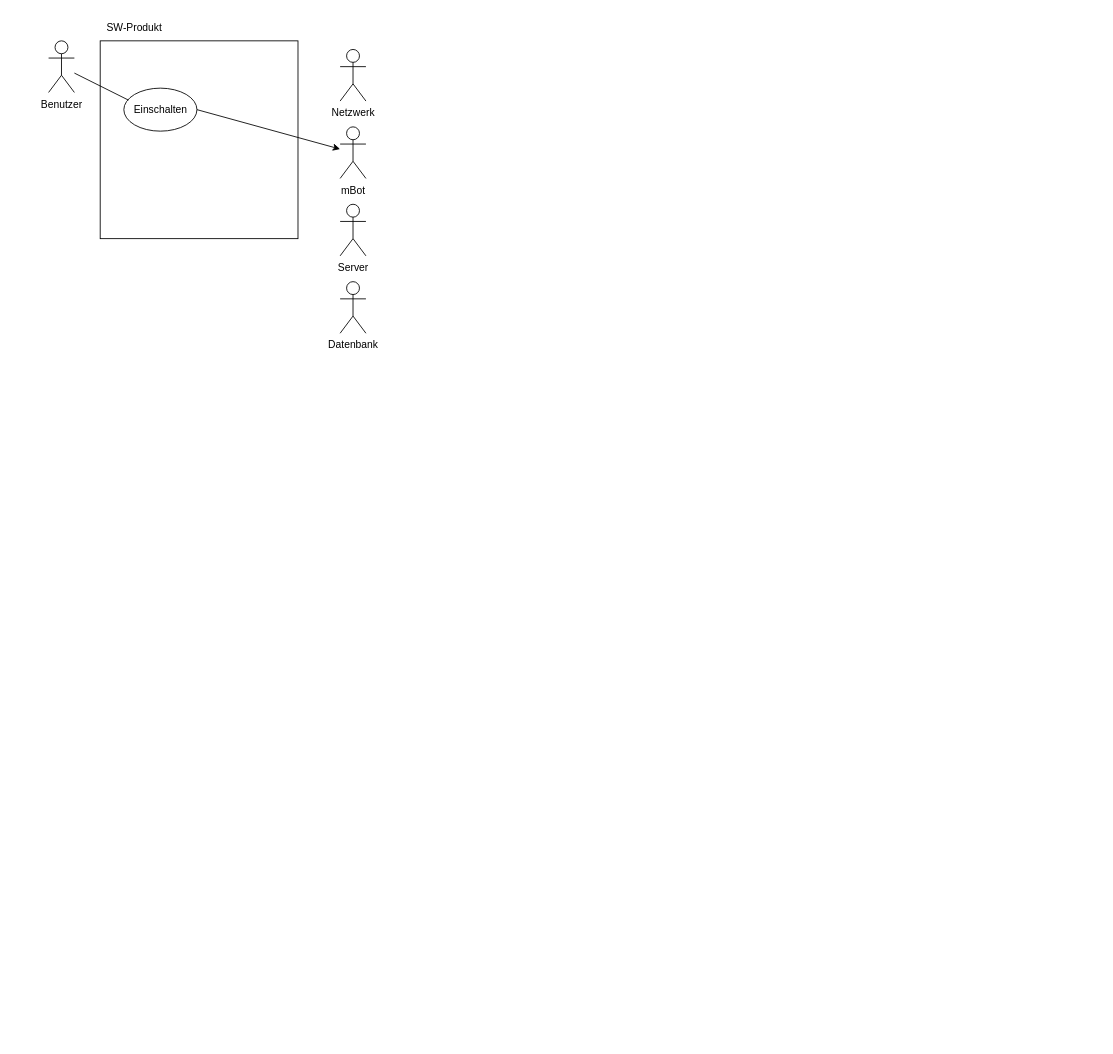
Above: Documents/Diagramme/UseCaseDiagramm.drawio in huthuthiddeli/SYP_PROJEKT_23-24_Maier (draw.io), before the change. Source tidied: cells renumbered, new cells numbered last; positions are measured from the earlier drawing's top-left corner, leaving out a move shared by most shapes. Both pictures are drawn from the tidied source at 86%, with x=0, y=0 at pixel (48, 15).
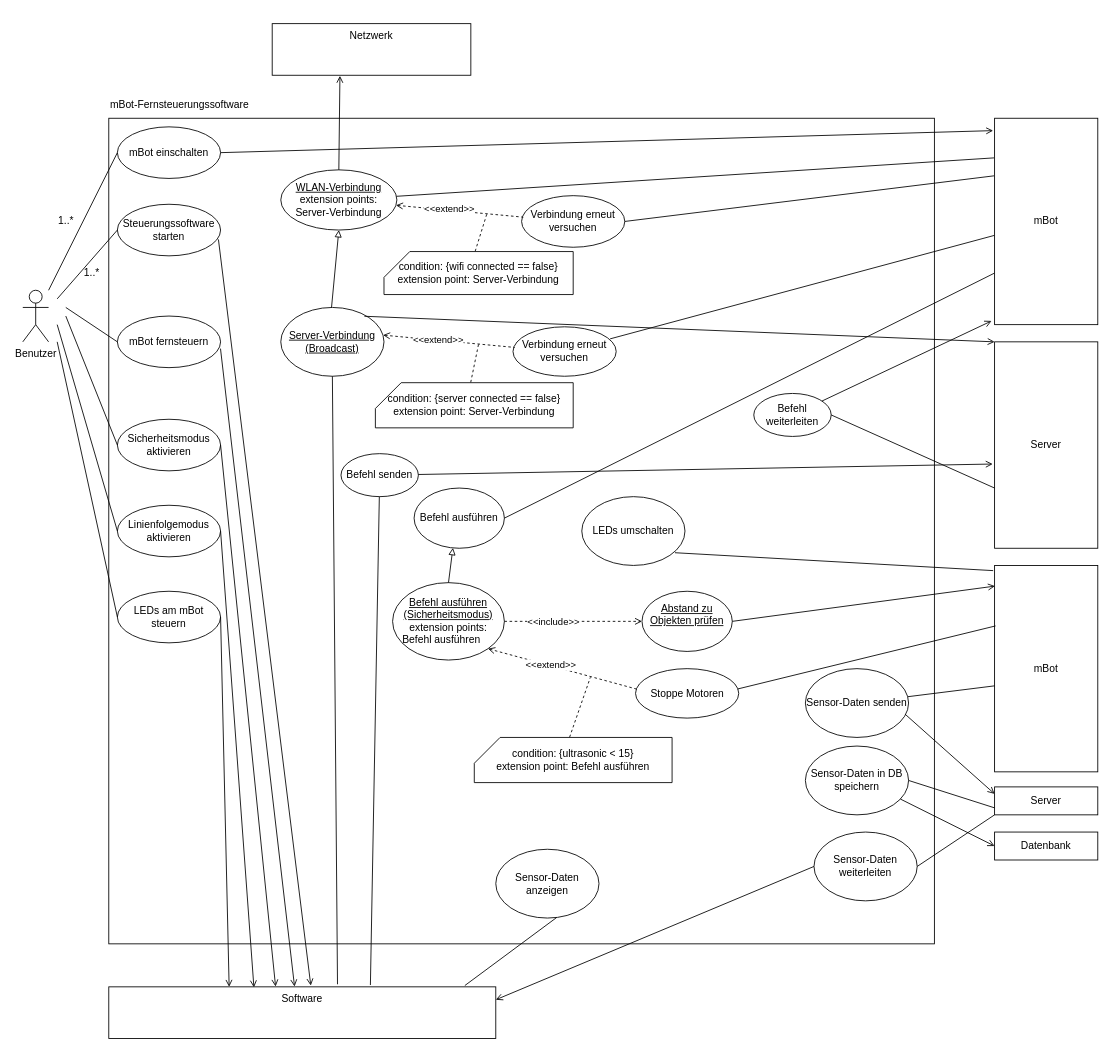
The same diagram, later.

Commit message (it also covers changes not shown here):
updated use case diagramm

What changed in the source:
```diff
@@
     <mxCell id="2" value="Benutzer" style="shape=umlActor;verticalLabelPosition=bottom;verticalAlign=top;html=1;outlineConnect=0;" parent="1" vertex="1">
-      <mxGeometry y="30" width="30" height="60" as="geometry" />
+      <mxGeometry x="-30" y="320" width="30" height="60" as="geometry" />
     </mxCell>
     <mxCell id="3" style="whiteSpace=wrap;html=1;" parent="1" vertex="1">
-      <mxGeometry x="60" y="30" width="230" height="230" as="geometry" />
+      <mxGeometry x="70" y="120" width="960" height="960" as="geometry" />
     </mxCell>
-    <mxCell id="4" value="SW-Produkt" style="text;html=1;strokeColor=none;fillColor=none;align=center;verticalAlign=middle;whiteSpace=wrap;rounded=0;" parent="1" vertex="1">
-      <mxGeometry x="65" width="70" height="30" as="geometry" />
+    <mxCell id="4" value="mBot-Fernsteuerungssoftware" style="text;html=1;strokeColor=none;fillColor=none;align=center;verticalAlign=middle;whiteSpace=wrap;rounded=0;" parent="1" vertex="1">
+      <mxGeometry x="70" y="90" width="165" height="30" as="geometry" />
     </mxCell>
-    <mxCell id="5" value="Einschalten" style="ellipse;whiteSpace=wrap;html=1;" parent="1" vertex="1">
-      <mxGeometry x="87.5" y="85" width="85" height="50" as="geometry" />
-    </mxCell>
-    <mxCell id="6" style="endArrow=none;html=1;rounded=0;entryX=0.063;entryY=0.278;entryDx=0;entryDy=0;entryPerimeter=0;" parent="1" edge="1" source="2" target="5">
-      <mxGeometry relative="1" as="geometry" />
-    </mxCell>
+    <mxCell id="12" value="mBot fernsteuern" style="ellipse;whiteSpace=wrap;html=1;" parent="1" vertex="1">
+      <mxGeometry x="80" y="350" width="120" height="60" as="geometry" />
+    </mxCell>
+    <mxCell id="13" value="Sicherheitsmodus aktivieren" style="ellipse;whiteSpace=wrap;html=1;" parent="1" vertex="1">
+      <mxGeometry x="80" y="470" width="120" height="60" as="geometry" />
+    </mxCell>
+    <mxCell id="14" value="Linienfolgemodus aktivieren" style="ellipse;whiteSpace=wrap;html=1;" parent="1" vertex="1">
+      <mxGeometry x="80" y="570" width="120" height="60" as="geometry" />
+    </mxCell>
+    <mxCell id="15" value="LEDs am mBot steuern" style="ellipse;whiteSpace=wrap;html=1;" parent="1" vertex="1">
+      <mxGeometry x="80" y="670" width="120" height="60" as="geometry" />
+    </mxCell>
+    <mxCell id="16" value="Steuerungssoftware starten" style="ellipse;whiteSpace=wrap;html=1;" parent="1" vertex="1">
+      <mxGeometry x="80" y="220" width="120" height="60" as="geometry" />
+    </mxCell>
+    <mxCell id="17" value="mBot einschalten" style="ellipse;whiteSpace=wrap;html=1;" parent="1" vertex="1">
+      <mxGeometry x="80" y="130" width="120" height="60" as="geometry" />
+    </mxCell>
+    <mxCell id="18" style="endArrow=none;html=1;rounded=0;entryX=0;entryY=0.5;entryDx=0;entryDy=0;" parent="1" edge="1" target="17">
+      <mxGeometry relative="1" as="geometry">
+        <mxPoint y="320" as="sourcePoint" />
+      </mxGeometry>
+    </mxCell>
+    <mxCell id="19" style="endArrow=none;html=1;rounded=0;entryX=0;entryY=0.5;entryDx=0;entryDy=0;" parent="1" edge="1" target="16">
+      <mxGeometry relative="1" as="geometry">
+        <mxPoint x="10" y="330" as="sourcePoint" />
+      </mxGeometry>
+    </mxCell>
+    <mxCell id="20" style="endArrow=none;html=1;rounded=0;entryX=0;entryY=0.5;entryDx=0;entryDy=0;" parent="1" edge="1" target="12">
+      <mxGeometry relative="1" as="geometry">
+        <mxPoint x="20" y="340" as="sourcePoint" />
+      </mxGeometry>
+    </mxCell>
+    <mxCell id="21" style="endArrow=none;html=1;rounded=0;entryX=0;entryY=0.5;entryDx=0;entryDy=0;" parent="1" edge="1" target="13">
+      <mxGeometry relative="1" as="geometry">
+        <mxPoint x="20" y="350" as="sourcePoint" />
+      </mxGeometry>
+    </mxCell>
+    <mxCell id="22" style="endArrow=none;html=1;rounded=0;entryX=0;entryY=0.5;entryDx=0;entryDy=0;" parent="1" edge="1" target="14">
+      <mxGeometry relative="1" as="geometry">
+        <mxPoint x="10" y="360" as="sourcePoint" />
+      </mxGeometry>
+    </mxCell>
+    <mxCell id="23" style="endArrow=none;html=1;rounded=0;entryX=0;entryY=0.5;entryDx=0;entryDy=0;" parent="1" edge="1" target="15">
+      <mxGeometry relative="1" as="geometry">
+        <mxPoint x="10" y="380" as="sourcePoint" />
+      </mxGeometry>
+    </mxCell>
+    <mxCell id="24" value="&lt;u&gt;WLAN-Verbindung&lt;br&gt;&lt;/u&gt;extension points:&lt;br&gt;Server-Verbindung" style="ellipse;whiteSpace=wrap;html=1;" parent="1" vertex="1">
+      <mxGeometry x="270" y="180" width="135" height="70" as="geometry" />
+    </mxCell>
+    <mxCell id="25" style="endArrow=open;html=1;rounded=0;startArrow=none;startFill=0;endFill=0;entryX=-0.014;entryY=0.06;entryDx=0;entryDy=0;entryPerimeter=0;" parent="1" edge="1" target="61">
+      <mxGeometry relative="1" as="geometry">
+        <mxPoint x="200" y="160" as="sourcePoint" />
+      </mxGeometry>
+    </mxCell>
+    <mxCell id="26" value="Verbindung erneut versuchen" style="ellipse;whiteSpace=wrap;html=1;" parent="1" vertex="1">
+      <mxGeometry x="550" y="210" width="120" height="60" as="geometry" />
+    </mxCell>
+    <mxCell id="27" style="endArrow=none;html=1;rounded=0;entryX=-0.006;entryY=0.192;entryDx=0;entryDy=0;entryPerimeter=0;" parent="1" edge="1" source="24" target="61">
+      <mxGeometry relative="1" as="geometry" />
+    </mxCell>
+    <mxCell id="28" style="endArrow=none;dashed=1;html=1;rounded=0;entryX=0.017;entryY=0.417;entryDx=0;entryDy=0;entryPerimeter=0;startArrow=open;startFill=0;" parent="1" edge="1" source="24" target="26">
+      <mxGeometry relative="1" as="geometry" />
+    </mxCell>
+    <mxCell id="29" value="&amp;lt;&amp;lt;extend&amp;gt;&amp;gt;" style="edgeLabel;html=1;align=center;verticalAlign=middle;" parent="28" vertex="1">
+      <mxGeometry x="-0.17" y="1" relative="1" as="geometry" />
+    </mxCell>
+    <mxCell id="30" style="endArrow=none;dashed=1;html=1;rounded=0;exitX=0.482;exitY=-0.007;exitDx=0;exitDy=0;exitPerimeter=0;" parent="1" edge="1" source="31">
+      <mxGeometry relative="1" as="geometry">
+        <mxPoint x="510" y="230" as="targetPoint" />
+      </mxGeometry>
+    </mxCell>
+    <mxCell id="31" value="condition: {wifi connected == false}&lt;br&gt;extension point: Server-Verbindung" style="shape=card;whiteSpace=wrap;html=1;" parent="1" vertex="1">
+      <mxGeometry x="390" y="275" width="220" height="50" as="geometry" />
+    </mxCell>
+    <mxCell id="32" value="&lt;u&gt;Server-Verbindung (Broadcast)&lt;/u&gt;" style="ellipse;whiteSpace=wrap;html=1;" parent="1" vertex="1">
+      <mxGeometry x="270" y="340" width="120" height="80" as="geometry" />
+    </mxCell>
+    <mxCell id="33" style="endArrow=block;html=1;rounded=0;entryX=0.5;entryY=1;entryDx=0;entryDy=0;endFill=0;" parent="1" edge="1" target="24">
+      <mxGeometry relative="1" as="geometry">
+        <mxPoint x="329" y="340" as="sourcePoint" />
+      </mxGeometry>
+    </mxCell>
+    <mxCell id="34" value="Verbindung erneut versuchen" style="ellipse;whiteSpace=wrap;html=1;" parent="1" vertex="1">
+      <mxGeometry x="540" y="362.5" width="120" height="57.5" as="geometry" />
+    </mxCell>
+    <mxCell id="35" style="endArrow=none;dashed=1;html=1;rounded=0;entryX=0.017;entryY=0.417;entryDx=0;entryDy=0;entryPerimeter=0;startArrow=open;startFill=0;exitX=0.991;exitY=0.402;exitDx=0;exitDy=0;exitPerimeter=0;" parent="1" edge="1" source="32" target="34">
+      <mxGeometry relative="1" as="geometry" />
+    </mxCell>
+    <mxCell id="36" value="&amp;lt;&amp;lt;extend&amp;gt;&amp;gt;" style="edgeLabel;html=1;align=center;verticalAlign=middle;" parent="35" vertex="1">
+      <mxGeometry x="-0.17" y="1" relative="1" as="geometry" />
+    </mxCell>
+    <mxCell id="37" style="endArrow=none;dashed=1;html=1;rounded=0;exitX=0.482;exitY=-0.007;exitDx=0;exitDy=0;exitPerimeter=0;" parent="1" edge="1" source="38">
+      <mxGeometry relative="1" as="geometry">
+        <mxPoint x="500" y="382.5" as="targetPoint" />
+      </mxGeometry>
+    </mxCell>
+    <mxCell id="38" value="condition: {server connected == false}&lt;br&gt;extension point: Server-Verbindung" style="shape=card;whiteSpace=wrap;html=1;" parent="1" vertex="1">
+      <mxGeometry x="380" y="427.5" width="230" height="52.5" as="geometry" />
+    </mxCell>
+    <mxCell id="39" style="endArrow=none;html=1;rounded=0;exitX=1;exitY=0.5;exitDx=0;exitDy=0;entryX=-0.006;entryY=0.279;entryDx=0;entryDy=0;entryPerimeter=0;" parent="1" edge="1" source="26" target="61">
+      <mxGeometry relative="1" as="geometry" />
+    </mxCell>
+    <mxCell id="40" style="endArrow=none;html=1;rounded=0;exitX=0.941;exitY=0.244;exitDx=0;exitDy=0;exitPerimeter=0;" parent="1" edge="1" source="34" target="61">
+      <mxGeometry relative="1" as="geometry" />
+    </mxCell>
+    <mxCell id="41" style="endArrow=open;html=1;rounded=0;exitX=0.5;exitY=0;exitDx=0;exitDy=0;entryX=0.341;entryY=1.011;entryDx=0;entryDy=0;entryPerimeter=0;endFill=0;" parent="1" edge="1" source="24" target="7">
+      <mxGeometry relative="1" as="geometry" />
+    </mxCell>
+    <mxCell id="42" style="endArrow=open;html=1;rounded=0;endFill=0;entryX=0;entryY=0;entryDx=0;entryDy=0;exitX=0.81;exitY=0.128;exitDx=0;exitDy=0;exitPerimeter=0;" parent="1" edge="1" source="32" target="62">
+      <mxGeometry relative="1" as="geometry" />
+    </mxCell>
+    <mxCell id="43" style="endArrow=open;html=1;rounded=0;endFill=0;exitX=1;exitY=0.5;exitDx=0;exitDy=0;entryX=0.431;entryY=-0.006;entryDx=0;entryDy=0;entryPerimeter=0;" parent="1" edge="1" source="13" target="60">
+      <mxGeometry relative="1" as="geometry" />
+    </mxCell>
+    <mxCell id="44" style="endArrow=none;html=1;rounded=0;entryX=0.5;entryY=1;entryDx=0;entryDy=0;exitX=0.591;exitY=-0.05;exitDx=0;exitDy=0;exitPerimeter=0;" parent="1" edge="1" source="60" target="32">
+      <mxGeometry relative="1" as="geometry" />
+    </mxCell>
+    <mxCell id="45" value="Befehl senden" style="ellipse;whiteSpace=wrap;html=1;" parent="1" vertex="1">
+      <mxGeometry x="340" y="510" width="90" height="50" as="geometry" />
+    </mxCell>
+    <mxCell id="46" style="endArrow=open;html=1;rounded=0;endFill=0;exitX=0.979;exitY=0.682;exitDx=0;exitDy=0;exitPerimeter=0;entryX=0.522;entryY=-0.024;entryDx=0;entryDy=0;entryPerimeter=0;" parent="1" edge="1" source="16" target="60">
+      <mxGeometry relative="1" as="geometry" />
+    </mxCell>
+    <mxCell id="47" style="endArrow=none;html=1;rounded=0;endFill=0;exitX=0.676;exitY=-0.035;exitDx=0;exitDy=0;exitPerimeter=0;" parent="1" edge="1" source="60" target="45">
+      <mxGeometry relative="1" as="geometry" />
+    </mxCell>
+    <mxCell id="48" style="endArrow=open;html=1;rounded=0;endFill=0;entryX=-0.018;entryY=0.592;entryDx=0;entryDy=0;entryPerimeter=0;" parent="1" edge="1" source="45" target="62">
+      <mxGeometry relative="1" as="geometry" />
+    </mxCell>
+    <mxCell id="49" style="endArrow=open;html=1;rounded=0;endFill=0;exitX=0.999;exitY=0.631;exitDx=0;exitDy=0;exitPerimeter=0;entryX=0.48;entryY=-0.006;entryDx=0;entryDy=0;entryPerimeter=0;" parent="1" edge="1" source="12" target="60">
+      <mxGeometry relative="1" as="geometry" />
+    </mxCell>
+    <mxCell id="50" style="endArrow=open;html=1;rounded=0;endFill=0;exitX=1;exitY=0.5;exitDx=0;exitDy=0;entryX=0.375;entryY=0.011;entryDx=0;entryDy=0;entryPerimeter=0;" parent="1" edge="1" source="14" target="60">
+      <mxGeometry relative="1" as="geometry" />
+    </mxCell>
+    <mxCell id="51" style="endArrow=open;html=1;rounded=0;endFill=0;exitX=1;exitY=0.5;exitDx=0;exitDy=0;entryX=0.311;entryY=0;entryDx=0;entryDy=0;entryPerimeter=0;" parent="1" edge="1" source="15" target="60">
+      <mxGeometry relative="1" as="geometry" />
+    </mxCell>
+    <mxCell id="52" value="Befehl ausführen" style="ellipse;whiteSpace=wrap;html=1;" parent="1" vertex="1">
+      <mxGeometry x="425" y="550" width="105" height="70" as="geometry" />
+    </mxCell>
+    <mxCell id="53" value="&lt;u&gt;Befehl ausführen (Sicherheitsmodus)&lt;br&gt;&lt;/u&gt;extension points:&lt;br&gt;Befehl ausführen&lt;span style=&quot;white-space: pre;&quot;&gt;&#9;&lt;/span&gt;" style="ellipse;whiteSpace=wrap;html=1;" parent="1" vertex="1">
+      <mxGeometry x="400" y="660" width="130" height="90" as="geometry" />
+    </mxCell>
+    <mxCell id="54" value="&lt;u&gt;Abstand zu Objekten prüfen&lt;/u&gt;&lt;span style=&quot;white-space: pre;&quot;&gt;&#9;&lt;/span&gt;" style="ellipse;whiteSpace=wrap;html=1;" parent="1" vertex="1">
+      <mxGeometry x="690" y="670" width="105" height="70" as="geometry" />
+    </mxCell>
+    <mxCell id="55" style="endArrow=none;html=1;rounded=0;exitX=1;exitY=0.5;exitDx=0;exitDy=0;entryX=0;entryY=0.75;entryDx=0;entryDy=0;" parent="1" edge="1" source="52" target="61">
+      <mxGeometry relative="1" as="geometry" />
+    </mxCell>
+    <mxCell id="56" style="endArrow=block;html=1;rounded=0;entryX=0.43;entryY=0.994;entryDx=0;entryDy=0;entryPerimeter=0;endFill=0;exitX=0.5;exitY=0;exitDx=0;exitDy=0;" parent="1" edge="1" source="53" target="52">
+      <mxGeometry relative="1" as="geometry" />
+    </mxCell>
+    <mxCell id="57" style="endArrow=open;dashed=1;html=1;rounded=0;entryX=0;entryY=0.5;entryDx=0;entryDy=0;endFill=0;" parent="1" edge="1" source="53" target="54">
+      <mxGeometry relative="1" as="geometry" />
+    </mxCell>
+    <mxCell id="58" value="&amp;lt;&amp;lt;include&amp;gt;&amp;gt;" style="edgeLabel;html=1;align=center;verticalAlign=middle;" parent="57" vertex="1">
+      <mxGeometry x="-0.3" relative="1" as="geometry" />
+    </mxCell>
+    <mxCell id="59" style="endArrow=open;html=1;rounded=0;endFill=0;entryX=0.004;entryY=0.1;entryDx=0;entryDy=0;exitX=1;exitY=0.5;exitDx=0;exitDy=0;entryPerimeter=0;" parent="1" edge="1" source="54" target="66">
+      <mxGeometry relative="1" as="geometry" />
+    </mxCell>
+    <mxCell id="60" value="Software" style="whiteSpace=wrap;html=1;verticalAlign=top;" parent="1" vertex="1">
+      <mxGeometry x="70" y="1130" width="450" height="60" as="geometry" />
+    </mxCell>
-    <mxCell id="7" value="Netzwerk" style="shape=umlActor;verticalLabelPosition=bottom;verticalAlign=top;html=1;outlineConnect=0;" parent="1" vertex="1">
-      <mxGeometry x="339" y="40" width="30" height="60" as="geometry" />
+    <mxCell id="7" value="Netzwerk" style="whiteSpace=wrap;html=1;verticalAlign=top;" parent="1" vertex="1">
+      <mxGeometry x="260" y="10" width="231" height="60" as="geometry" />
     </mxCell>
-    <mxCell id="8" style="endArrow=classic;html=1;rounded=0;" parent="1" edge="1" target="9">
-      <mxGeometry relative="1" as="geometry">
-        <mxPoint x="172.5" y="110" as="sourcePoint" />
-      </mxGeometry>
-    </mxCell>
-    <mxCell id="9" value="mBot" style="shape=umlActor;verticalLabelPosition=bottom;verticalAlign=top;html=1;outlineConnect=0;" parent="1" vertex="1">
-      <mxGeometry x="339" y="130" width="30" height="60" as="geometry" />
-    </mxCell>
-    <mxCell id="10" value="Server" style="shape=umlActor;verticalLabelPosition=bottom;verticalAlign=top;html=1;" parent="1" vertex="1">
-      <mxGeometry x="339" y="220" width="30" height="60" as="geometry" />
-    </mxCell>
+    <mxCell id="61" value="mBot" style="rounded=0;whiteSpace=wrap;html=1;" parent="1" vertex="1">
+      <mxGeometry x="1100" y="120" width="120" height="240" as="geometry" />
+    </mxCell>
+    <mxCell id="62" value="Server" style="rounded=0;whiteSpace=wrap;html=1;" parent="1" vertex="1">
+      <mxGeometry x="1100" y="380" width="120" height="240" as="geometry" />
+    </mxCell>
+    <mxCell id="63" value="Befehl weiterleiten" style="ellipse;whiteSpace=wrap;html=1;" parent="1" vertex="1">
+      <mxGeometry x="820" y="440" width="90" height="50" as="geometry" />
+    </mxCell>
+    <mxCell id="64" style="endArrow=none;html=1;rounded=0;exitX=1;exitY=0.5;exitDx=0;exitDy=0;" parent="1" edge="1" source="63">
+      <mxGeometry relative="1" as="geometry">
+        <mxPoint x="1100" y="550" as="targetPoint" />
+      </mxGeometry>
+    </mxCell>
+    <mxCell id="65" style="endArrow=open;html=1;rounded=0;entryX=-0.029;entryY=0.982;entryDx=0;entryDy=0;entryPerimeter=0;endFill=0;" parent="1" edge="1" source="63" target="61">
+      <mxGeometry relative="1" as="geometry" />
+    </mxCell>
+    <mxCell id="66" value="mBot" style="rounded=0;whiteSpace=wrap;html=1;" parent="1" vertex="1">
+      <mxGeometry x="1100" y="640" width="120" height="240" as="geometry" />
+    </mxCell>
+    <mxCell id="67" value="Stoppe Motoren" style="ellipse;whiteSpace=wrap;html=1;" parent="1" vertex="1">
+      <mxGeometry x="682.5" y="760" width="120" height="57.5" as="geometry" />
+    </mxCell>
+    <mxCell id="68" style="endArrow=none;dashed=1;html=1;rounded=0;entryX=0.017;entryY=0.417;entryDx=0;entryDy=0;entryPerimeter=0;startArrow=open;startFill=0;exitX=1;exitY=1;exitDx=0;exitDy=0;" parent="1" edge="1" source="53" target="67">
+      <mxGeometry relative="1" as="geometry" />
+    </mxCell>
+    <mxCell id="69" value="&amp;lt;&amp;lt;extend&amp;gt;&amp;gt;" style="edgeLabel;html=1;align=center;verticalAlign=middle;" parent="68" vertex="1">
+      <mxGeometry x="-0.17" y="1" relative="1" as="geometry" />
+    </mxCell>
+    <mxCell id="70" style="endArrow=none;dashed=1;html=1;rounded=0;exitX=0.482;exitY=-0.007;exitDx=0;exitDy=0;exitPerimeter=0;" parent="1" edge="1" source="71">
+      <mxGeometry relative="1" as="geometry">
+        <mxPoint x="630" y="770" as="targetPoint" />
+      </mxGeometry>
+    </mxCell>
+    <mxCell id="71" value="condition: {ultrasonic &amp;lt; 15}&lt;br&gt;extension point: Befehl ausführen" style="shape=card;whiteSpace=wrap;html=1;" parent="1" vertex="1">
+      <mxGeometry x="495" y="840" width="230" height="52.5" as="geometry" />
+    </mxCell>
+    <mxCell id="72" style="endArrow=none;html=1;rounded=0;entryX=0.009;entryY=0.293;entryDx=0;entryDy=0;entryPerimeter=0;exitX=0.988;exitY=0.412;exitDx=0;exitDy=0;exitPerimeter=0;" parent="1" edge="1" source="67" target="66">
+      <mxGeometry relative="1" as="geometry" />
+    </mxCell>
+    <mxCell id="73" value="LEDs umschalten" style="ellipse;whiteSpace=wrap;html=1;" parent="1" vertex="1">
+      <mxGeometry x="620" y="560" width="120" height="80" as="geometry" />
+    </mxCell>
+    <mxCell id="74" style="endArrow=none;html=1;rounded=0;entryX=0.903;entryY=0.815;entryDx=0;entryDy=0;entryPerimeter=0;exitX=-0.014;exitY=0.025;exitDx=0;exitDy=0;exitPerimeter=0;" parent="1" edge="1" source="66" target="73">
+      <mxGeometry relative="1" as="geometry" />
+    </mxCell>
+    <mxCell id="75" value="Sensor-Daten anzeigen" style="ellipse;whiteSpace=wrap;html=1;" parent="1" vertex="1">
+      <mxGeometry x="520" y="970" width="120" height="80" as="geometry" />
+    </mxCell>
+    <mxCell id="76" style="endArrow=none;html=1;rounded=0;exitX=0.92;exitY=-0.025;exitDx=0;exitDy=0;exitPerimeter=0;entryX=0.59;entryY=0.992;entryDx=0;entryDy=0;entryPerimeter=0;" parent="1" edge="1" source="60" target="75">
+      <mxGeometry relative="1" as="geometry" />
+    </mxCell>
+    <mxCell id="77" value="Sensor-Daten senden" style="ellipse;whiteSpace=wrap;html=1;" parent="1" vertex="1">
+      <mxGeometry x="880" y="760" width="120" height="80" as="geometry" />
+    </mxCell>
+    <mxCell id="78" style="endArrow=none;html=1;rounded=0;" parent="1" edge="1" source="77">
+      <mxGeometry relative="1" as="geometry">
+        <mxPoint x="1100" y="780" as="targetPoint" />
+      </mxGeometry>
+    </mxCell>
+    <mxCell id="79" style="endArrow=open;html=1;rounded=0;entryX=0;entryY=0.25;entryDx=0;entryDy=0;exitX=0.967;exitY=0.663;exitDx=0;exitDy=0;exitPerimeter=0;endFill=0;" parent="1" edge="1" source="77" target="80">
+      <mxGeometry relative="1" as="geometry" />
+    </mxCell>
+    <mxCell id="80" value="Server" style="rounded=0;whiteSpace=wrap;html=1;" parent="1" vertex="1">
+      <mxGeometry x="1100" y="897.5" width="120" height="32.5" as="geometry" />
+    </mxCell>
+    <mxCell id="81" value="Sensor-Daten in DB speichern" style="ellipse;whiteSpace=wrap;html=1;" parent="1" vertex="1">
+      <mxGeometry x="880" y="850" width="120" height="80" as="geometry" />
+    </mxCell>
+    <mxCell id="82" style="endArrow=none;html=1;rounded=0;entryX=0;entryY=0.75;entryDx=0;entryDy=0;exitX=1;exitY=0.5;exitDx=0;exitDy=0;" parent="1" edge="1" source="81" target="80">
+      <mxGeometry relative="1" as="geometry" />
+    </mxCell>
-    <mxCell id="11" value="Datenbank" style="shape=umlActor;verticalLabelPosition=bottom;verticalAlign=top;html=1;outlineConnect=0;" parent="1" vertex="1">
-      <mxGeometry x="339" y="310" width="30" height="60" as="geometry" />
+    <mxCell id="11" value="Datenbank" style="rounded=0;whiteSpace=wrap;html=1;" parent="1" vertex="1">
+      <mxGeometry x="1100" y="950" width="120" height="32.5" as="geometry" />
     </mxCell>
+    <mxCell id="83" style="endArrow=open;html=1;rounded=0;entryX=0;entryY=0.5;entryDx=0;entryDy=0;exitX=0.92;exitY=0.77;exitDx=0;exitDy=0;exitPerimeter=0;endFill=0;" parent="1" edge="1" source="81" target="11">
+      <mxGeometry relative="1" as="geometry" />
+    </mxCell>
+    <mxCell id="84" value="Sensor-Daten weiterleiten" style="ellipse;whiteSpace=wrap;html=1;" parent="1" vertex="1">
+      <mxGeometry x="890" y="950" width="120" height="80" as="geometry" />
+    </mxCell>
+    <mxCell id="85" style="endArrow=none;html=1;rounded=0;exitX=1;exitY=0.5;exitDx=0;exitDy=0;" parent="1" edge="1" source="84">
+      <mxGeometry relative="1" as="geometry">
+        <mxPoint x="1100" y="930" as="targetPoint" />
+      </mxGeometry>
+    </mxCell>
+    <mxCell id="86" style="endArrow=open;html=1;rounded=0;entryX=1;entryY=0.25;entryDx=0;entryDy=0;exitX=0;exitY=0.5;exitDx=0;exitDy=0;endFill=0;" parent="1" edge="1" source="84" target="60">
+      <mxGeometry relative="1" as="geometry" />
+    </mxCell>
+    <mxCell id="87" value="1..*" style="text;html=1;align=center;verticalAlign=middle;strokeColor=none;fillColor=none;" parent="1" vertex="1">
+      <mxGeometry x="30" y="285" width="40" height="30" as="geometry" />
+    </mxCell>
+    <mxCell id="88" value="1..*" style="text;html=1;align=center;verticalAlign=middle;strokeColor=none;fillColor=none;" parent="1" vertex="1">
+      <mxGeometry y="225" width="40" height="30" as="geometry" />
+    </mxCell>
```
